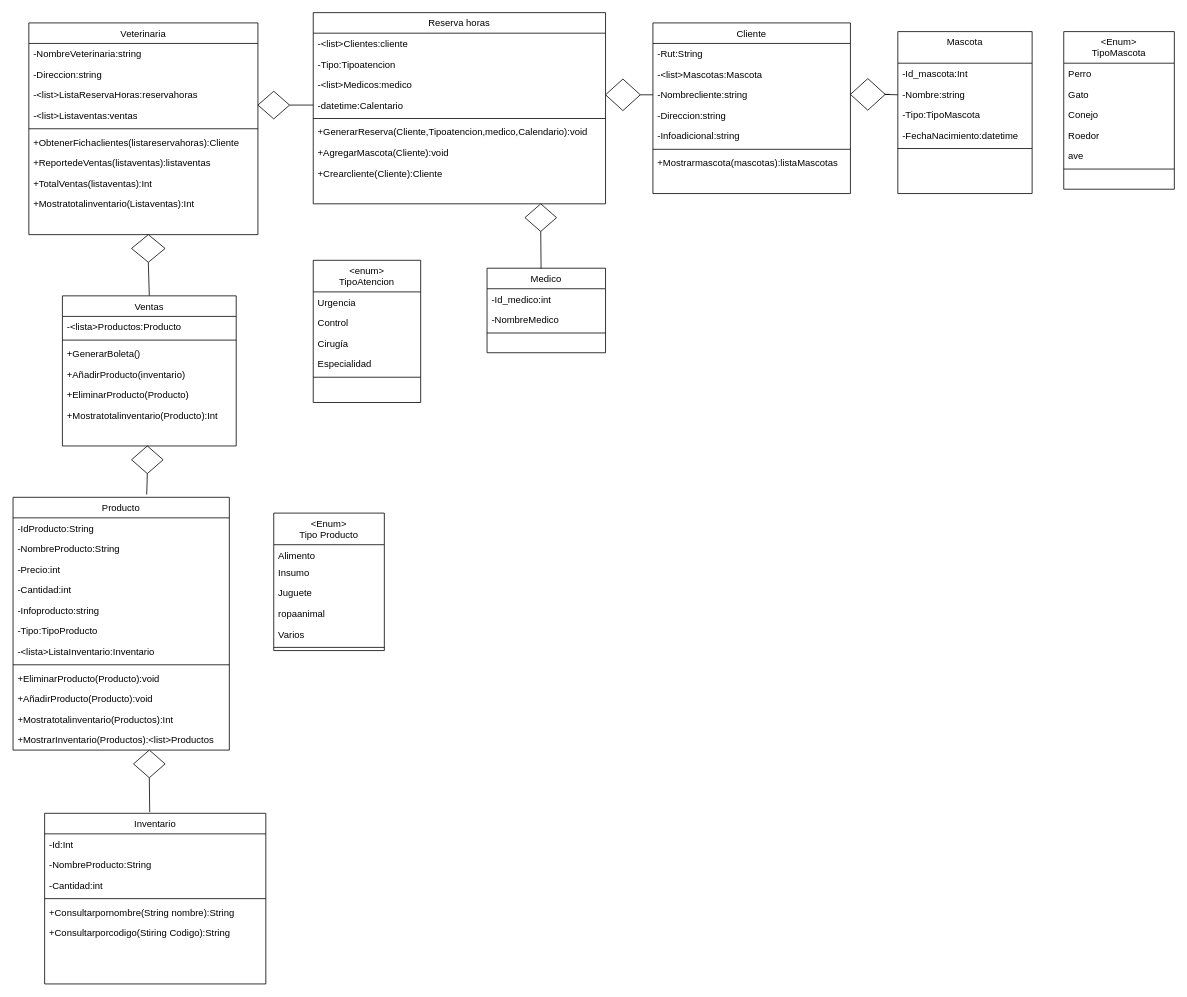
Before: Untitled Diagram.drawio in JoseFredes/vetlover, a draw.io diagram. Source tidied: cells renumbered, new cells numbered last; positions are measured from the earlier drawing's top-left corner, leaving out a move shared by most shapes. Both pictures are drawn from the tidied source at 79%, with x=0, y=0 at pixel (13, 12).
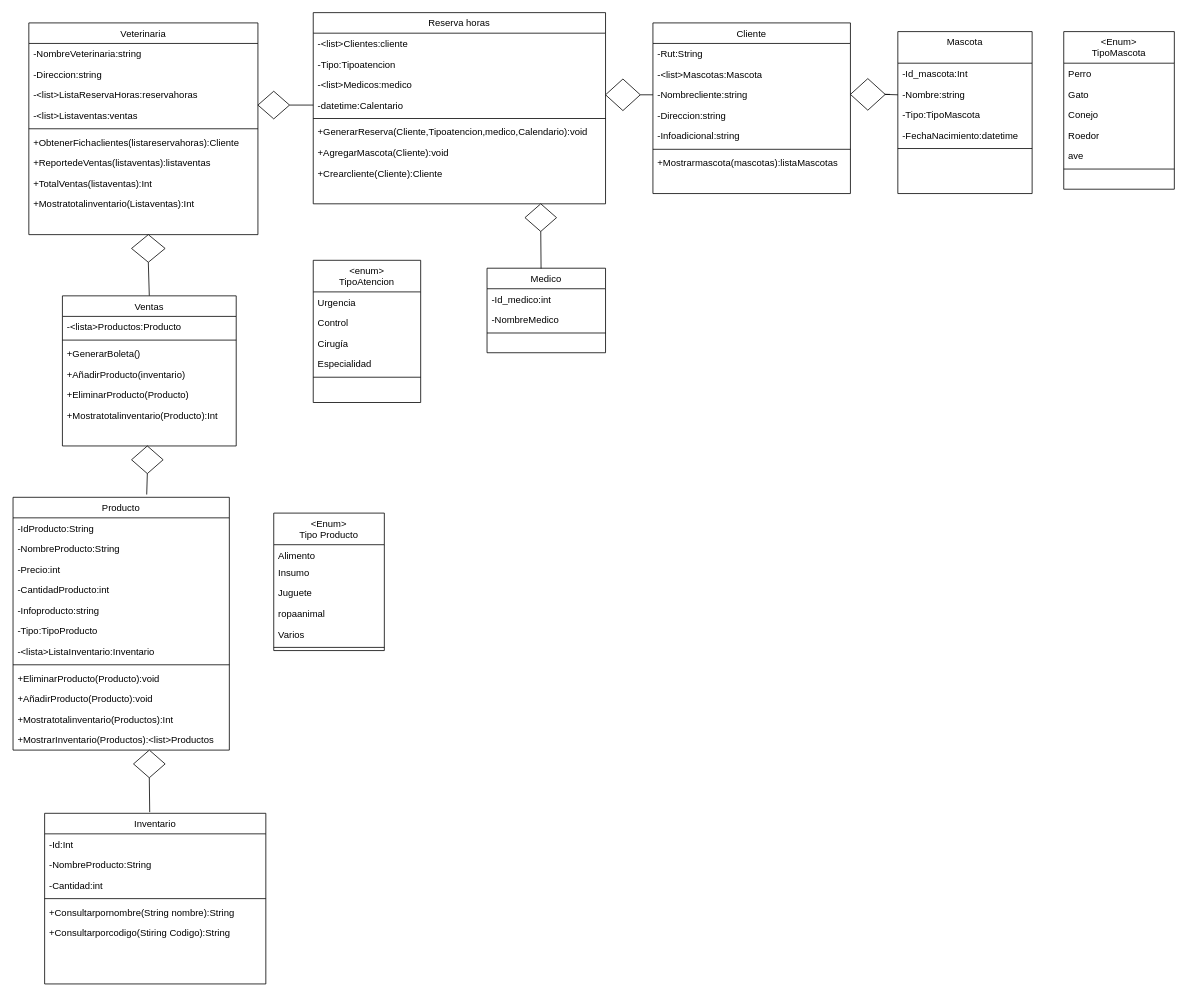
The same page after the edit.

The change refers to these unchanged cells:
```xml
<mxCell id="42" value="Producto" style="swimlane;fontStyle=0;align=center;verticalAlign=top;horizontal=1;startSize=26;rounded=0;shadow=0;strokeWidth=1;" parent="1" vertex="1">
  <mxGeometry y="614" width="273.8" height="320" as="geometry" />
</mxCell>
```

Diff of the diagram source:
```diff
@@
-    <mxCell id="46" value="-Cantidad:int" style="text;align=left;verticalAlign=top;spacingLeft=4;spacingRight=4;overflow=hidden;" parent="42" vertex="1">
+    <mxCell id="46" value="-CantidadProducto:int" style="text;align=left;verticalAlign=top;spacingLeft=4;spacingRight=4;overflow=hidden;" parent="42" vertex="1">
       <mxGeometry y="104" width="273.8" height="26" as="geometry" />
     </mxCell>
```
